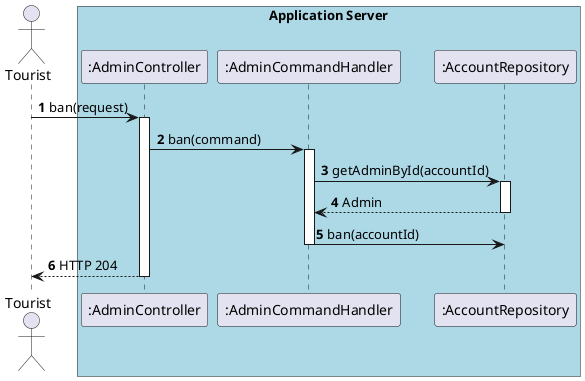
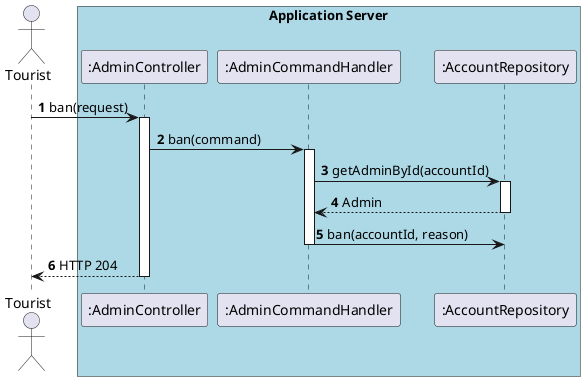
@startuml

autonumber

actor "Tourist" as tourist
box "Application Server" #LightBlue
    participant ":AdminController" as controller
    participant ":AdminCommandHandler" as handler
    participant ":AccountRepository" as accRepo
'    participant ":Admin" as act
end box

tourist -> controller : ban(request)
activate controller

controller -> handler : ban(command)
activate handler

handler -> accRepo : getAdminById(accountId)
activate accRepo
handler <-- accRepo : Admin
deactivate accRepo

'handler -> act : ban(account)
'activate act
'handler <-- act : true
'deactivate act

- handler -> accRepo : ban(accountId)
+ handler -> accRepo : ban(accountId, reason)

deactivate handler

controller --> tourist : HTTP 204
deactivate controller

@enduml